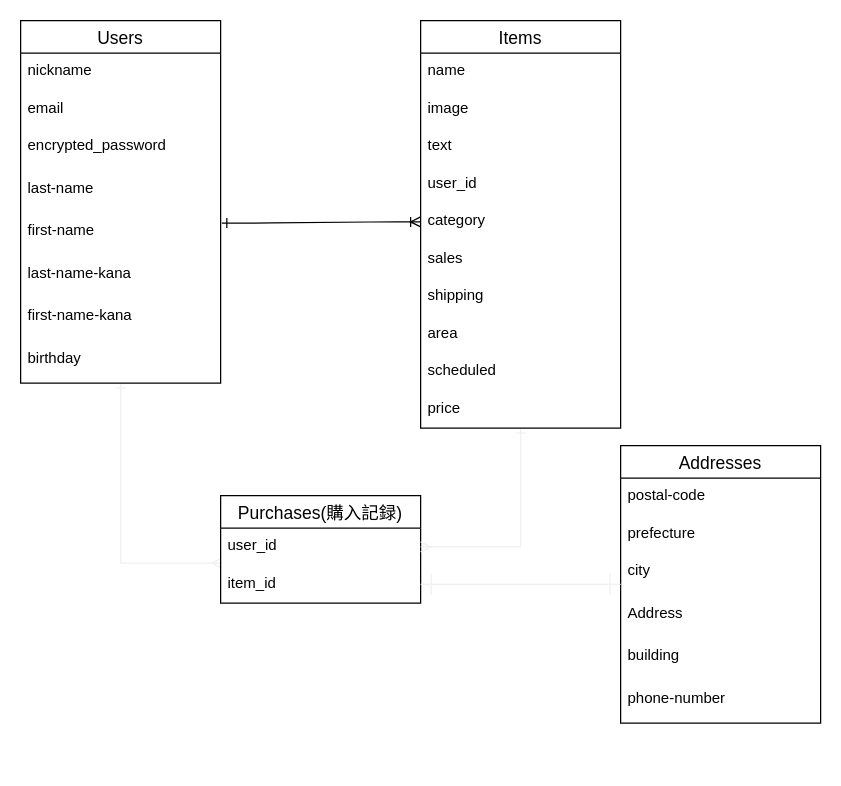
Before: furima.dio in takuuu29/furima-33061, a draw.io diagram. Source tidied: cells renumbered, new cells numbered last; positions are measured from the earlier drawing's top-left corner, leaving out a move shared by most shapes. Both pictures are drawn from the tidied source at 125%, with x=0, y=0 at pixel (20, 20).
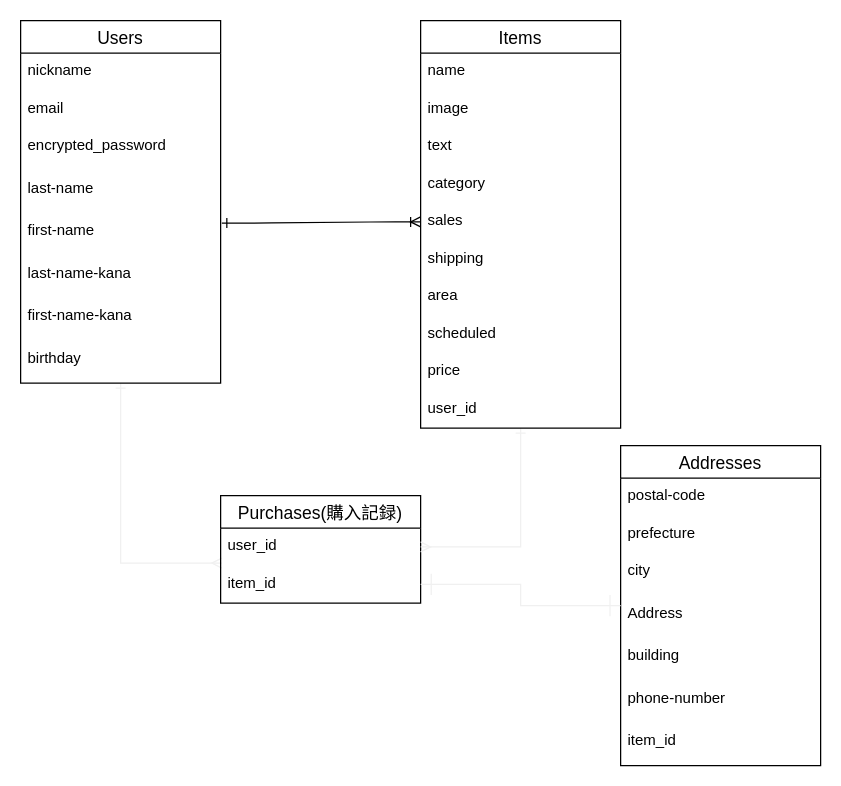
After the change.

Commit message (it also covers changes not shown here):
データベース設計　修正2

The change refers to these unchanged cells:
```xml
<mxCell id="8" value="first-name" style="text;strokeColor=none;fillColor=none;spacingLeft=4;spacingRight=4;overflow=hidden;points=[[0,0.5],[1,0.5]];portConstraint=eastwest;fontSize=12;" parent="3" vertex="1">
  <mxGeometry y="154" width="160" height="34" as="geometry" />
</mxCell>
<mxCell id="16" value="Items" style="swimlane;fontStyle=0;horizontal=1;startSize=26;align=center;fontSize=14;" parent="1" vertex="1">
  <mxGeometry x="320" width="160" height="326" as="geometry" />
</mxCell>
```

Diff of the diagram source:
```diff
@@
-    <mxCell id="20" value="user_id" style="text;strokeColor=none;fillColor=none;spacingLeft=4;spacingRight=4;overflow=hidden;fontSize=12;" parent="16" vertex="1">
-      <mxGeometry y="116" width="160" height="30" as="geometry" />
-    </mxCell>
     <mxCell id="21" value="category" style="text;strokeColor=none;fillColor=none;spacingLeft=4;spacingRight=4;overflow=hidden;points=[[0,0.5],[1,0.5]];portConstraint=eastwest;fontSize=12;" parent="16" vertex="1">
-      <mxGeometry y="146" width="160" height="30" as="geometry" />
+      <mxGeometry y="116" width="160" height="30" as="geometry" />
     </mxCell>
     <mxCell id="22" value="sales" style="text;strokeColor=none;fillColor=none;spacingLeft=4;spacingRight=4;overflow=hidden;points=[[0,0.5],[1,0.5]];portConstraint=eastwest;fontSize=12;" parent="16" vertex="1">
-      <mxGeometry y="176" width="160" height="30" as="geometry" />
+      <mxGeometry y="146" width="160" height="30" as="geometry" />
     </mxCell>
     <mxCell id="23" value="shipping" style="text;strokeColor=none;fillColor=none;spacingLeft=4;spacingRight=4;overflow=hidden;fontSize=12;" parent="16" vertex="1">
-      <mxGeometry y="206" width="160" height="30" as="geometry" />
+      <mxGeometry y="176" width="160" height="30" as="geometry" />
     </mxCell>
     <mxCell id="24" value="area" style="text;strokeColor=none;fillColor=none;spacingLeft=4;spacingRight=4;overflow=hidden;fontSize=12;" parent="16" vertex="1">
-      <mxGeometry y="236" width="160" height="30" as="geometry" />
+      <mxGeometry y="206" width="160" height="30" as="geometry" />
     </mxCell>
     <mxCell id="25" value="scheduled" style="text;strokeColor=none;fillColor=none;spacingLeft=4;spacingRight=4;overflow=hidden;fontSize=12;" parent="16" vertex="1">
-      <mxGeometry y="266" width="160" height="30" as="geometry" />
+      <mxGeometry y="236" width="160" height="30" as="geometry" />
     </mxCell>
     <mxCell id="26" value="price&#10;" style="text;strokeColor=none;fillColor=none;spacingLeft=4;spacingRight=4;overflow=hidden;fontSize=12;" parent="16" vertex="1">
-      <mxGeometry y="296" width="160" height="30" as="geometry" />
+      <mxGeometry y="266" width="160" height="30" as="geometry" />
     </mxCell>
+    <mxCell id="20" value="user_id" style="text;strokeColor=none;fillColor=none;spacingLeft=4;spacingRight=4;overflow=hidden;fontSize=12;" parent="16" vertex="1">
+      <mxGeometry y="296" width="160" height="30" as="geometry" />
+    </mxCell>
     <mxCell id="27" value="Addresses" style="swimlane;fontStyle=0;horizontal=1;startSize=26;align=center;fontSize=14;" parent="1" vertex="1">
-      <mxGeometry x="480" y="340" width="160" height="222" as="geometry" />
+      <mxGeometry x="480" y="340" width="160" height="256" as="geometry" />
     </mxCell>
@@
+    <mxCell id="36" value="item_id" style="text;strokeColor=none;fillColor=none;spacingLeft=4;spacingRight=4;overflow=hidden;fontSize=12;" parent="27" vertex="1">
+      <mxGeometry y="222" width="160" height="34" as="geometry" />
+    </mxCell>
-    <mxCell id="34" style="edgeStyle=entityRelationEdgeStyle;fontSize=12;html=1;endArrow=ERoneToMany;entryX=0;entryY=0.5;entryDx=0;entryDy=0;startArrow=ERone;startFill=0;jumpSize=9;exitX=1.006;exitY=0.235;exitDx=0;exitDy=0;exitPerimeter=0;" parent="1" edge="1" source="8" target="21">
+    <mxCell id="34" style="edgeStyle=entityRelationEdgeStyle;fontSize=12;html=1;endArrow=ERoneToMany;entryX=0;entryY=0.5;entryDx=0;entryDy=0;startArrow=ERone;startFill=0;jumpSize=9;exitX=1.006;exitY=0.235;exitDx=0;exitDy=0;exitPerimeter=0;" parent="1" edge="1" source="8" target="22">
       <mxGeometry relative="1" as="geometry" />
     </mxCell>
```
